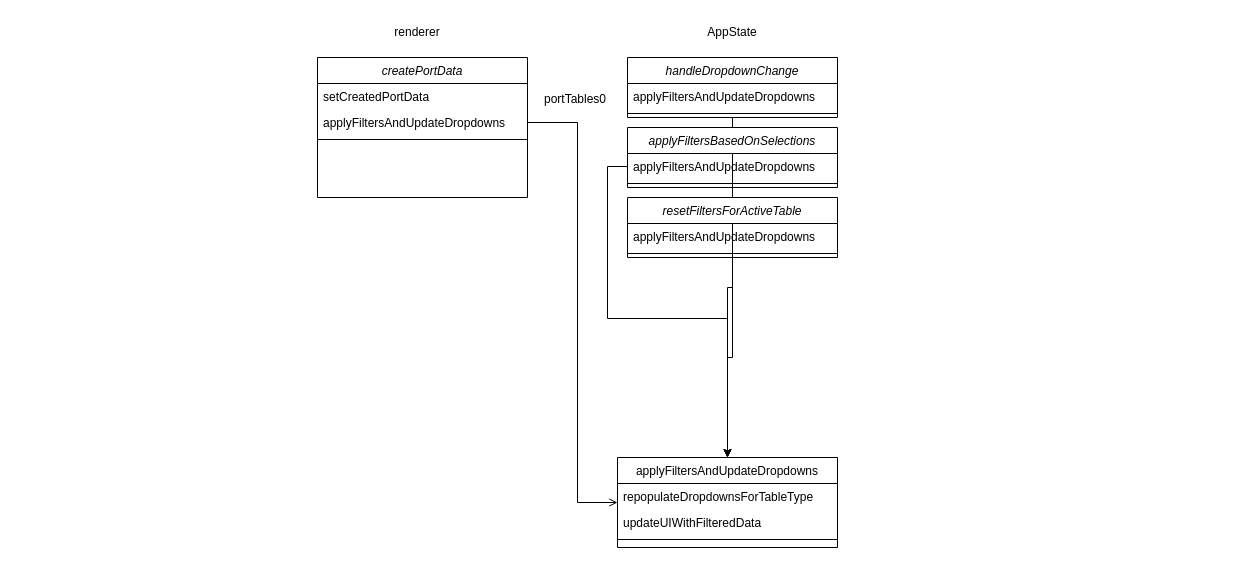
ORE01/Dashboard keeps this draw.io diagram as images/Unbenanntes Diagramm.drawio. Above is the earlier version. Source tidied: cells renumbered, new cells numbered last; positions are measured from the earlier drawing's top-left corner, leaving out a move shared by most shapes. Both pictures are drawn from the tidied source at 100%, with x=0, y=0 at pixel (317, 17).
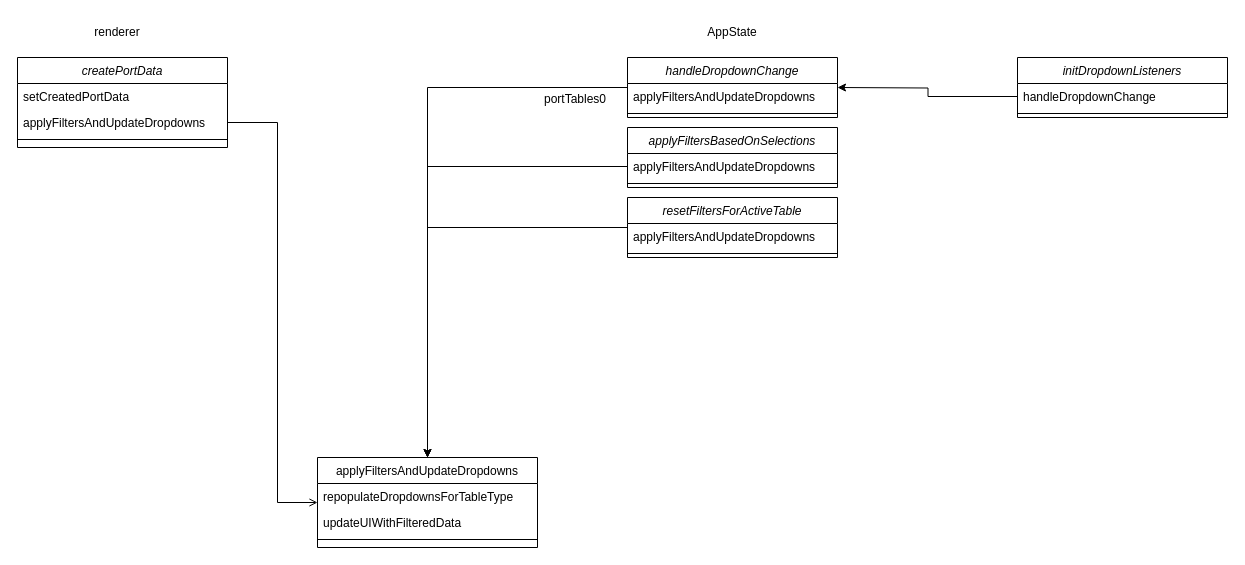
The same diagram, later.

Unchanged cells that the change refers to:
```xml
<mxCell id="4" value="applyFiltersAndUpdateDropdowns" style="text;align=left;verticalAlign=top;spacingLeft=4;spacingRight=4;overflow=hidden;points=[[0,0.5],[1,0.5]];portConstraint=eastwest;rounded=0;shadow=0;html=0;" parent="2" vertex="1">
  <mxGeometry y="52" width="210" height="26" as="geometry" />
</mxCell>
```

What changed in the source:
```diff
@@
     <mxCell id="2" value="createPortData" style="swimlane;fontStyle=2;align=center;verticalAlign=top;horizontal=1;startSize=26;rounded=0;shadow=0;strokeWidth=1;" parent="1" vertex="1">
-      <mxGeometry y="40" width="210" height="140" as="geometry" />
+      <mxGeometry x="-300" y="40" width="210" height="90" as="geometry" />
     </mxCell>
@@
     <mxCell id="6" value="applyFiltersAndUpdateDropdowns" style="swimlane;fontStyle=0;align=center;verticalAlign=top;horizontal=1;startSize=26;rounded=0;shadow=0;strokeWidth=1;" parent="1" vertex="1">
-      <mxGeometry x="300" y="440" width="220" height="90" as="geometry" />
+      <mxGeometry y="440" width="220" height="90" as="geometry" />
     </mxCell>
@@
     <mxCell id="10" style="endArrow=open;shadow=0;strokeWidth=1;rounded=0;curved=0;endFill=1;edgeStyle=elbowEdgeStyle;elbow=horizontal;entryX=0;entryY=0.5;entryDx=0;entryDy=0;" parent="1" edge="1" source="4" target="6">
       <mxGeometry x="0.5" y="41" relative="1" as="geometry">
         <Array as="points">
-          <mxPoint x="260" y="140" />
+          <mxPoint x="-40" y="140" />
         </Array>
         <mxPoint x="-40" y="32" as="offset" />
       </mxGeometry>
     </mxCell>
     <mxCell id="11" value="portTables0" style="align=right;verticalAlign=bottom;labelBackgroundColor=none;fontSize=12;" parent="10" vertex="1">
       <mxGeometry x="1" relative="1" as="geometry">
-        <mxPoint x="-10" y="-395" as="offset" />
+        <mxPoint x="290" y="-395" as="offset" />
       </mxGeometry>
     </mxCell>
@@
     <mxCell id="24" value="renderer" style="text;strokeColor=none;align=center;fillColor=none;html=1;verticalAlign=middle;whiteSpace=wrap;rounded=0;" parent="1" vertex="1">
-      <mxGeometry x="70" width="60" height="30" as="geometry" />
+      <mxGeometry x="-230" width="60" height="30" as="geometry" />
     </mxCell>
@@
+    <mxCell id="26" value="initDropdownListeners" style="swimlane;fontStyle=2;align=center;verticalAlign=top;horizontal=1;startSize=26;rounded=0;shadow=0;strokeWidth=1;" parent="1" vertex="1">
+      <mxGeometry x="700" y="40" width="210" height="60" as="geometry" />
+    </mxCell>
+    <mxCell id="27" value="handleDropdownChange" style="text;align=left;verticalAlign=top;spacingLeft=4;spacingRight=4;overflow=hidden;points=[[0,0.5],[1,0.5]];portConstraint=eastwest;" parent="26" vertex="1">
+      <mxGeometry y="26" width="210" height="26" as="geometry" />
+    </mxCell>
+    <mxCell id="28" style="line;html=1;strokeWidth=1;align=left;verticalAlign=middle;spacingTop=-1;spacingLeft=3;spacingRight=3;labelPosition=right;" parent="26" vertex="1">
+      <mxGeometry y="52" width="210" height="8" as="geometry" />
+    </mxCell>
+    <mxCell id="29" style="edgeStyle=orthogonalEdgeStyle;rounded=0;jettySize=auto;html=1;exitX=0;exitY=0.5;exitDx=0;exitDy=0;" parent="1" edge="1" source="27">
+      <mxGeometry relative="1" as="geometry">
+        <mxPoint x="520" y="70" as="targetPoint" />
+      </mxGeometry>
+    </mxCell>
```
